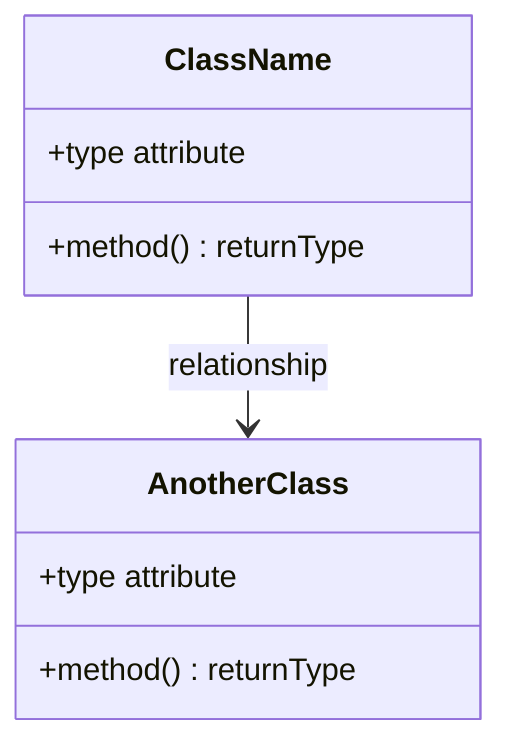
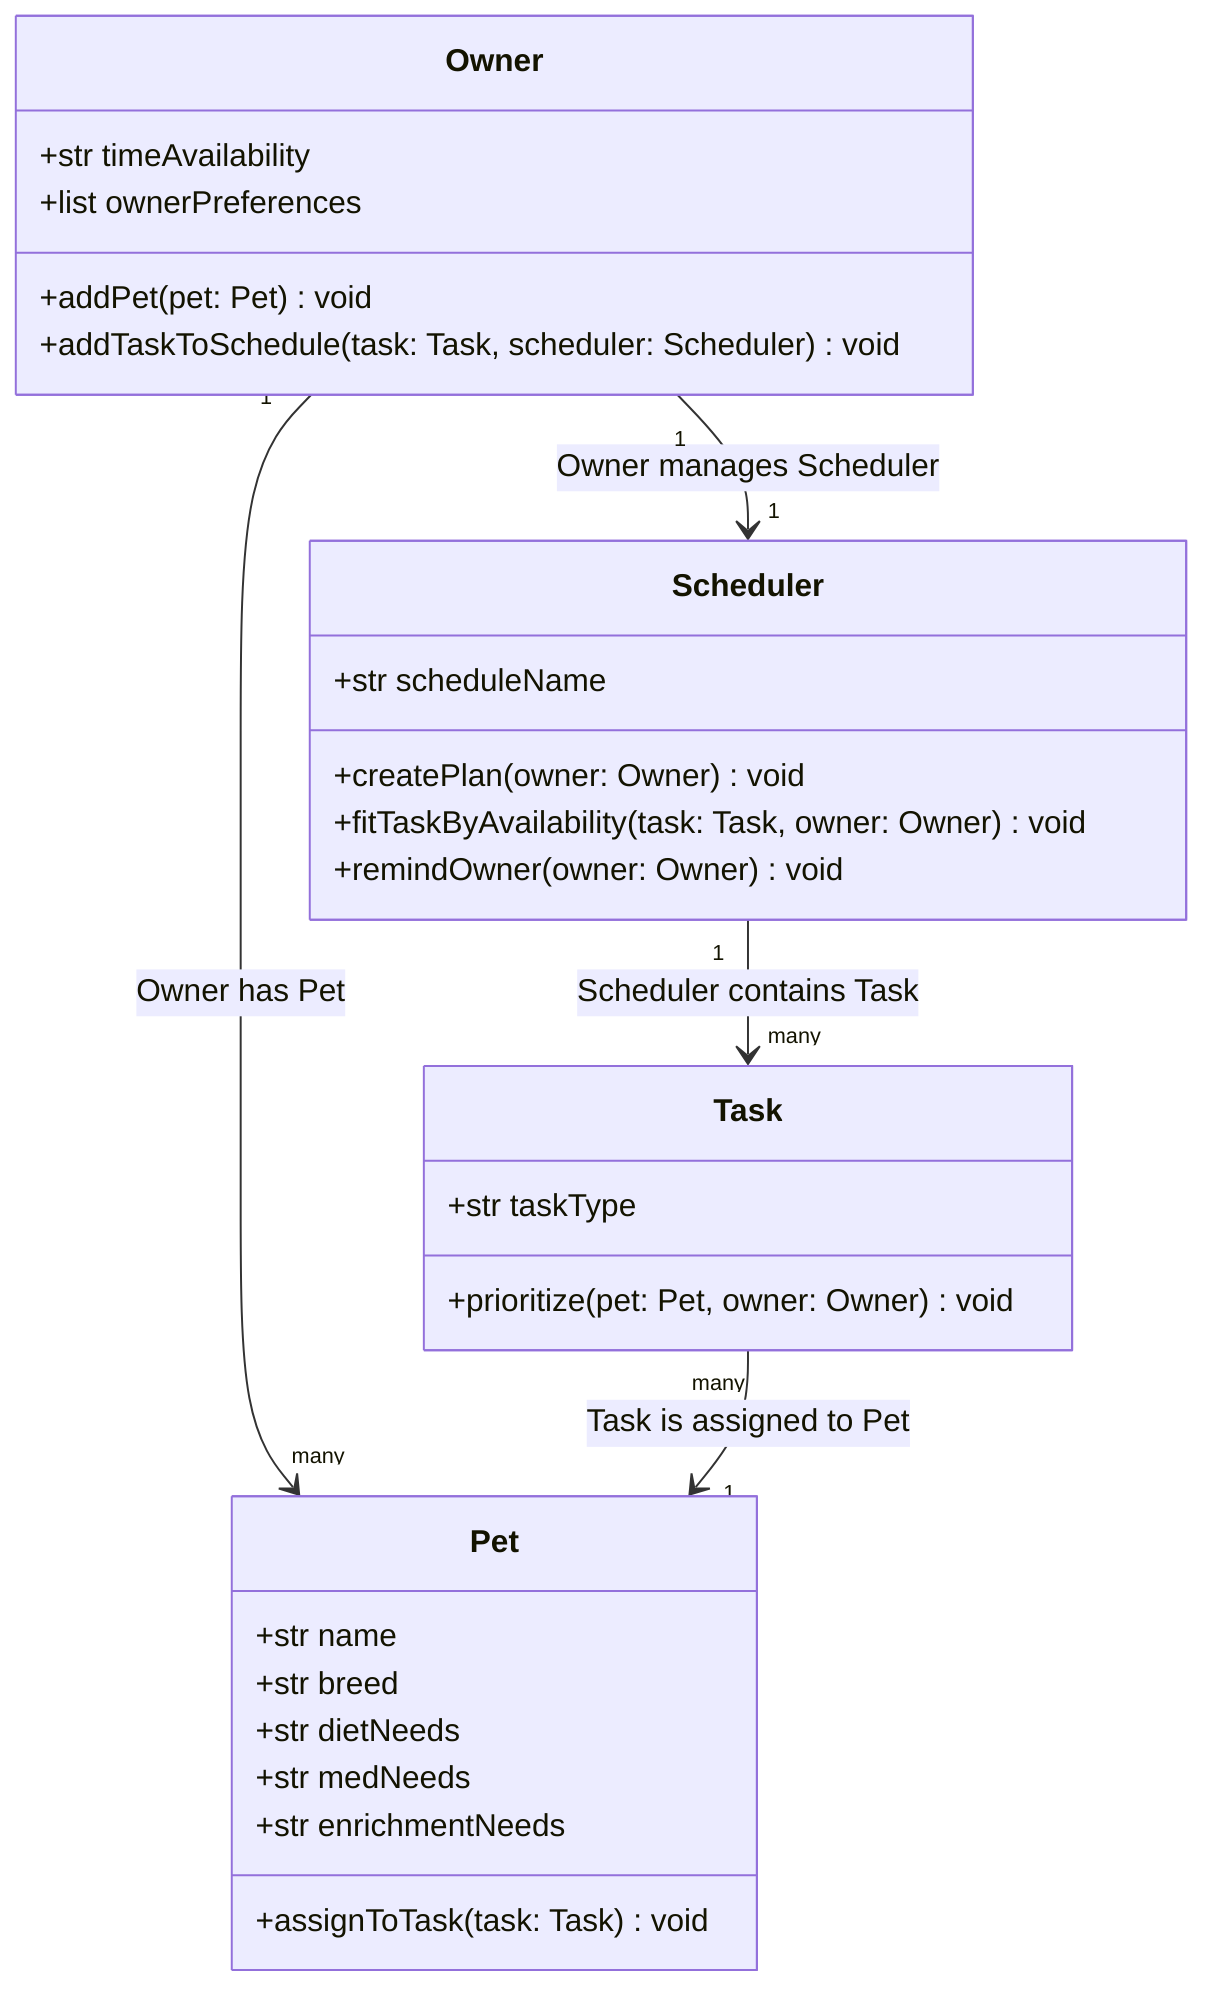
classDiagram
-     %% Replace the placeholders below with your actual classes, attributes, methods, and relationships.
-     %% Keep this file updated so it matches your final implementation.
- 
-     class ClassName {
-         +type attribute
-         +method() returnType
+     class Owner {
+         +str timeAvailability
+         +list ownerPreferences
+         +addPet(pet: Pet) void
+         +addTaskToSchedule(task: Task, scheduler: Scheduler) void
    }

-     class AnotherClass {
-         +type attribute
-         +method() returnType
+     class Pet {
+         +str name
+         +str breed
+         +str dietNeeds
+         +str medNeeds
+         +str enrichmentNeeds
+         +assignToTask(task: Task) void
    }

-     ClassName --> AnotherClass : relationship
+     class Task {
+         +str taskType
+         +prioritize(pet: Pet, owner: Owner) void
+     }
+ 
+     class Scheduler {
+         +str scheduleName
+         +createPlan(owner: Owner) void
+         +fitTaskByAvailability(task: Task, owner: Owner) void
+         +remindOwner(owner: Owner) void
+     }
+ 
+     Owner "1" --> "many" Pet : Owner has Pet
+     Owner "1" --> "1" Scheduler : Owner manages Scheduler
+     Scheduler "1" --> "many" Task : Scheduler contains Task
+     Task "many" --> "1" Pet : Task is assigned to Pet
